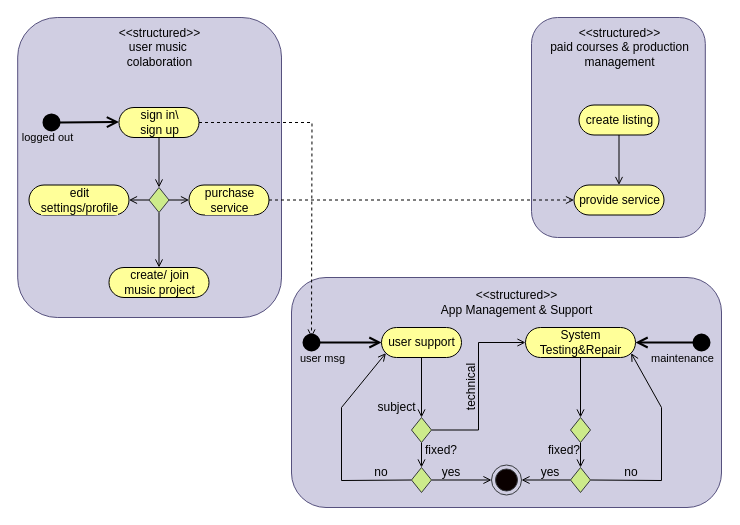
Itaybarbar/myProject keeps this draw.io diagram as page "Page-2" (2 of 2) of BUC Diagram.drawio. Above is the earlier version. Source tidied: cells renumbered, new cells numbered last; positions are measured from the earlier drawing's top-left corner, leaving out a move shared by most shapes. Both pictures are drawn from the tidied source at 100%, with x=0, y=0 at pixel (17, 17).
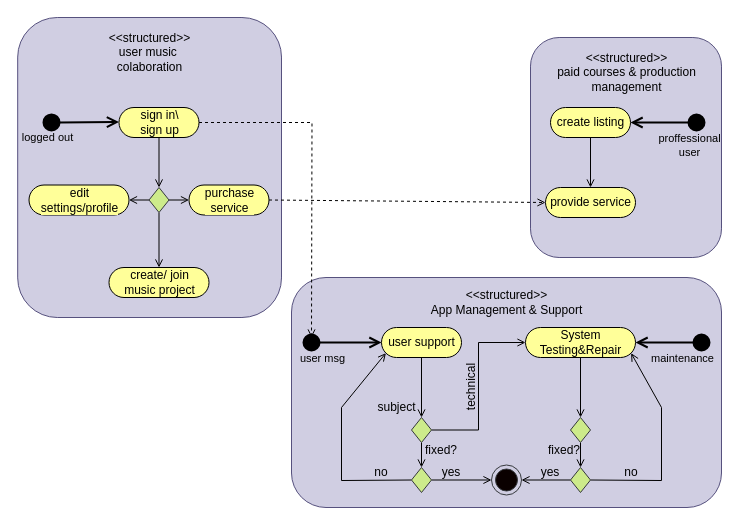
The same page after the edit.

Change to the diagram source:
```diff
@@
     <mxCell id="3" style="rounded=1;whiteSpace=wrap;html=1;fillColor=#d0cee2;strokeColor=#56517e;" parent="1" vertex="1">
-      <mxGeometry x="514" width="173.8" height="220" as="geometry" />
+      <mxGeometry x="513" y="20" width="191" height="220" as="geometry" />
     </mxCell>
@@
     <mxCell id="8" value="&amp;lt;&amp;lt;structured&amp;gt;&amp;gt;&lt;br&gt;user music&amp;nbsp;&lt;br&gt;colaboration" style="text;html=1;align=center;verticalAlign=middle;strokeColor=none;fillColor=none;" parent="1" vertex="1">
-      <mxGeometry x="91.5" y="5" width="100" height="50" as="geometry" />
+      <mxGeometry x="82.1" y="10" width="100" height="50" as="geometry" />
     </mxCell>
@@
     <mxCell id="12" value="&amp;lt;&amp;lt;structured&amp;gt;&amp;gt;&lt;br&gt;paid courses &amp;amp; production &lt;br&gt;management" style="text;html=1;align=center;verticalAlign=middle;strokeColor=none;fillColor=none;" parent="1" vertex="1">
-      <mxGeometry x="526.5" y="5" width="150" height="50" as="geometry" />
+      <mxGeometry x="533.5" y="30" width="150" height="50" as="geometry" />
     </mxCell>
@@
     <mxCell id="14" value="create listing" style="html=1;dashed=0;whitespace=wrap;shape=mxgraph.dfd.start;shadow=0;glass=0;labelBackgroundColor=#FFFF99;sketch=0;strokeWidth=1;fillColor=#FFFF99;" parent="1" vertex="1">
-      <mxGeometry x="561.5" y="87.5" width="80" height="30" as="geometry" />
+      <mxGeometry x="533" y="90" width="80" height="30" as="geometry" />
     </mxCell>
     <mxCell id="15" value="provide service" style="html=1;dashed=0;whitespace=wrap;shape=mxgraph.dfd.start;shadow=0;glass=0;labelBackgroundColor=#FFFF99;sketch=0;strokeWidth=1;fillColor=#FFFF99;" parent="1" vertex="1">
-      <mxGeometry x="556.5" y="167.5" width="90" height="30" as="geometry" />
+      <mxGeometry x="528" y="170" width="90" height="30" as="geometry" />
     </mxCell>
@@
     <mxCell id="23" value="&amp;lt;&amp;lt;structured&amp;gt;&amp;gt;&lt;br&gt;App Management &amp;amp; Support" style="text;html=1;align=center;verticalAlign=middle;strokeColor=none;fillColor=none;" parent="1" vertex="1">
-      <mxGeometry x="414" y="270" width="170" height="30" as="geometry" />
+      <mxGeometry x="404" y="270" width="170" height="30" as="geometry" />
     </mxCell>
@@
+    <mxCell id="52" style="html=1;verticalAlign=bottom;startArrow=circle;startFill=10;endArrow=open;startSize=6;endSize=8;rounded=0;strokeWidth=2;entryX=1;entryY=0.5;entryDx=0;entryDy=0;entryPerimeter=0;" parent="1" edge="1" target="14">
+      <mxGeometry x="-0.75" y="-30" relative="1" as="geometry">
+        <mxPoint x="689" y="105" as="sourcePoint" />
+      </mxGeometry>
+    </mxCell>
+    <mxCell id="53" value="proffessional&lt;br&gt;user" style="edgeLabel;html=1;align=center;verticalAlign=middle;labelBackgroundColor=none;" parent="52" vertex="1">
+      <mxGeometry x="-0.79" y="-4" relative="1" as="geometry">
+        <mxPoint x="-10" y="26" as="offset" />
+      </mxGeometry>
+    </mxCell>
```
